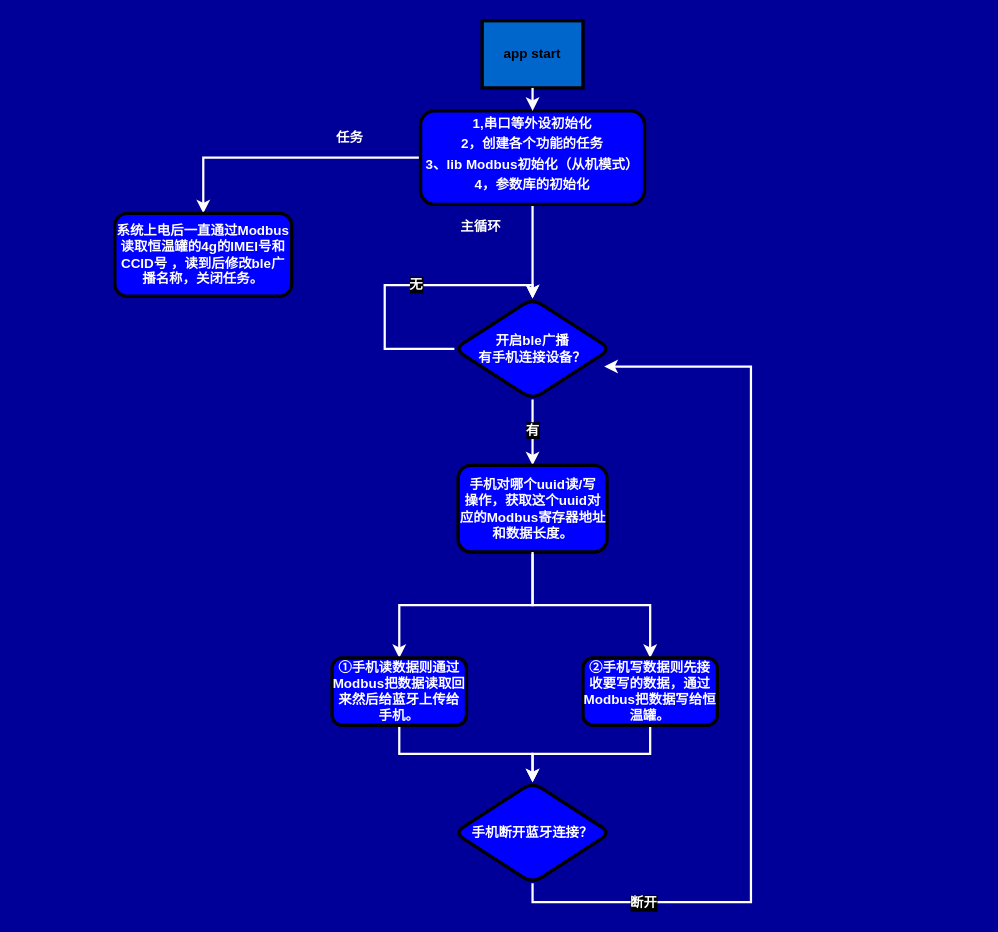
Earlier version of the draw.io diagram draw_io_for_work/RTU485BT02_transfer.drawio (doctor1cong/draw_flow_chart). Source tidied: cells renumbered, new cells numbered last; positions are measured from the earlier drawing's top-left corner, leaving out a move shared by most shapes. Both pictures are drawn from the tidied source at 112%, with x=0, y=0 at pixel (114, 20).
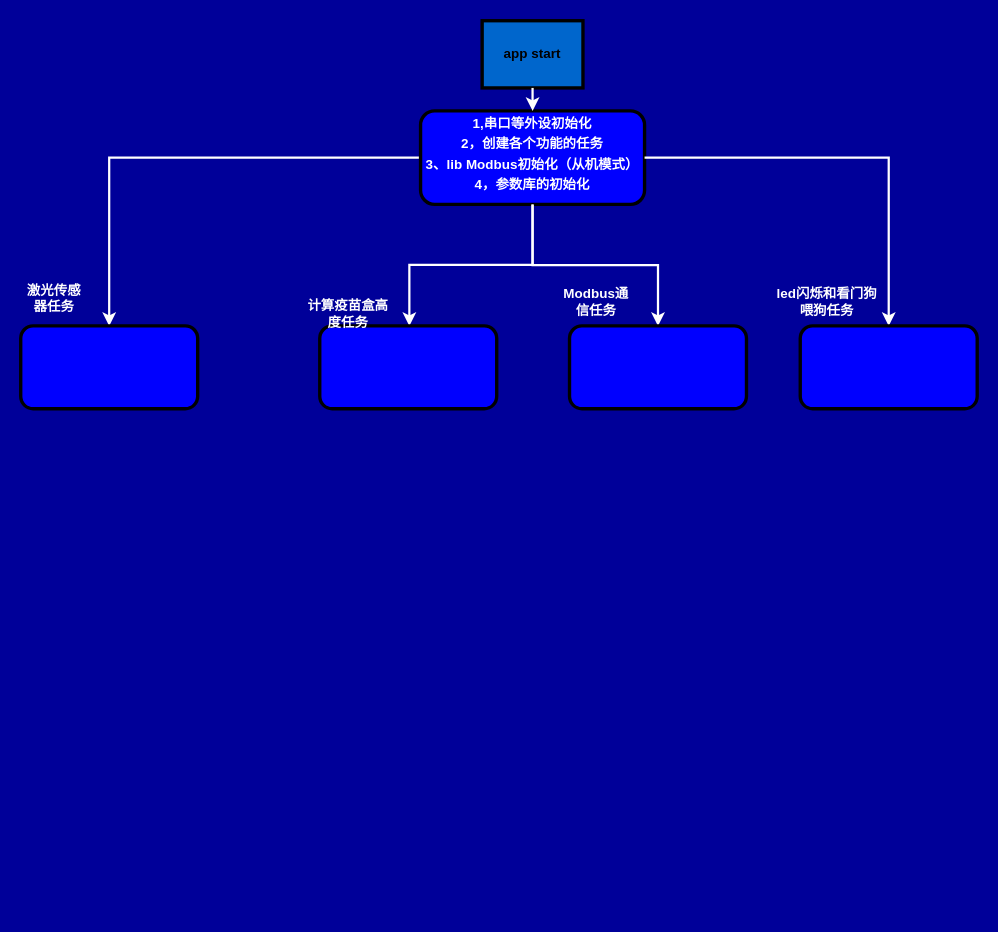
The same diagram, later.

The change refers to these unchanged cells:
```xml
<mxCell id="4" value="&lt;p style=&quot;margin: 4px 0px 0px; text-align: center;&quot;&gt;&lt;font color=&quot;#ffffff&quot;&gt;1,串口等外设初始化&lt;/font&gt;&lt;/p&gt;&lt;p style=&quot;margin: 4px 0px 0px; text-align: center;&quot;&gt;&lt;font color=&quot;#ffffff&quot;&gt;2，创建各个功能的任务&lt;/font&gt;&lt;/p&gt;&lt;p style=&quot;margin: 4px 0px 0px; text-align: center;&quot;&gt;&lt;font color=&quot;#ffffff&quot;&gt;3、lib Modbus初始化（从机模式&lt;/font&gt;&lt;span style=&quot;color: rgb(255, 255, 255); background-color: initial;&quot;&gt;）&lt;/span&gt;&lt;/p&gt;&lt;p style=&quot;margin: 4px 0px 0px; text-align: center;&quot;&gt;&lt;span style=&quot;color: rgb(255, 255, 255); background-color: initial;&quot;&gt;4，参数库的初始化&lt;/span&gt;&lt;/p&gt;&lt;p style=&quot;margin: 4px 0px 0px; text-align: center;&quot;&gt;&lt;span style=&quot;color: rgb(255, 255, 255); background-color: initial;&quot;&gt;&lt;br&gt;&lt;/span&gt;&lt;/p&gt;" style="verticalAlign=middle;align=center;overflow=fill;fontSize=12;fontFamily=Helvetica;html=1;rounded=1;fontStyle=1;strokeWidth=3;fillColor=#0000FF;" parent="1" vertex="1">
  <mxGeometry x="273" y="80.5" width="200" height="83.5" as="geometry" />
</mxCell>
```

Diff of the diagram source:
```diff
@@
-    <mxCell id="2" style="edgeStyle=orthogonalEdgeStyle;rounded=0;jettySize=auto;html=1;fontColor=#FFFFFF;strokeWidth=2;strokeColor=#FFFFFF;" parent="1" edge="1" source="4" target="11">
-      <mxGeometry relative="1" as="geometry" />
-    </mxCell>
@@
-    <mxCell id="7" style="edgeStyle=orthogonalEdgeStyle;shape=connector;rounded=0;orthogonalLoop=1;jettySize=auto;html=1;strokeColor=#FFFFFF;strokeWidth=2;align=center;verticalAlign=middle;fontFamily=Helvetica;fontSize=12;fontColor=#FFFFFF;fontStyle=1;labelBackgroundColor=default;endArrow=classic;exitX=0;exitY=0.5;exitDx=0;exitDy=0;" parent="1" edge="1" source="11" target="11">
-      <mxGeometry relative="1" as="geometry">
-        <Array as="points">
-          <mxPoint x="241" y="293" />
-          <mxPoint x="241" y="236" />
-          <mxPoint x="373" y="236" />
-        </Array>
-      </mxGeometry>
-    </mxCell>
-    <mxCell id="8" value="无" style="edgeLabel;html=1;align=center;verticalAlign=middle;rounded=1;strokeColor=default;strokeWidth=3;fontFamily=Helvetica;fontSize=12;fontColor=#FFFFFF;fontStyle=1;fillColor=#0000FF;labelBackgroundColor=#000000;" parent="7" vertex="1">
-      <mxGeometry x="0.12" y="1" relative="1" as="geometry" />
-    </mxCell>
-    <mxCell id="9" style="edgeStyle=orthogonalEdgeStyle;shape=connector;rounded=0;jettySize=auto;html=1;entryX=0.5;entryY=0;entryDx=0;entryDy=0;strokeColor=#FFFFFF;strokeWidth=2;align=center;verticalAlign=middle;fontFamily=Helvetica;fontSize=12;fontColor=#FFFFFF;fontStyle=1;labelBackgroundColor=default;endArrow=classic;" parent="1" edge="1" source="11" target="13">
-      <mxGeometry relative="1" as="geometry" />
-    </mxCell>
-    <mxCell id="10" value="有" style="edgeLabel;html=1;align=center;verticalAlign=middle;fontFamily=Helvetica;fontSize=12;fontColor=#FFFFFF;fontStyle=1;labelBackgroundColor=#000000;" parent="9" vertex="1">
-      <mxGeometry x="-0.08" y="-1" relative="1" as="geometry" />
-    </mxCell>
-    <mxCell id="11" value="&lt;span style=&quot;color: rgb(255, 255, 255);&quot;&gt;开启ble广播&lt;/span&gt;&lt;div&gt;&lt;font color=&quot;#ffffff&quot;&gt;有手机连接设备？&lt;/font&gt;&lt;/div&gt;" style="rhombus;whiteSpace=wrap;html=1;fillColor=#0000FF;rounded=1;fontStyle=1;strokeWidth=3;" parent="1" vertex="1">
-      <mxGeometry x="303.2" y="248" width="139.5" height="90.2" as="geometry" />
-    </mxCell>
-    <mxCell id="12" style="edgeStyle=orthogonalEdgeStyle;rounded=0;jettySize=auto;html=1;fontFamily=Helvetica;fontSize=12;fontColor=#FFFFFF;fontStyle=1;strokeColor=#FFFFFF;strokeWidth=2;" parent="1" edge="1" source="13" target="18">
-      <mxGeometry relative="1" as="geometry" />
-    </mxCell>
-    <mxCell id="13" value="&lt;font color=&quot;#ffffff&quot;&gt;手机对哪个uuid读/写&lt;/font&gt;&lt;div&gt;&lt;font color=&quot;#ffffff&quot;&gt;操作，获取这个uuid对应的Modbus寄存器地址和数据长度。&lt;/font&gt;&lt;/div&gt;" style="whiteSpace=wrap;html=1;fillColor=#0000FF;rounded=1;fontStyle=1;strokeWidth=3;" parent="1" vertex="1">
-      <mxGeometry x="306.5" y="397" width="133" height="77.4" as="geometry" />
-    </mxCell>
-    <mxCell id="14" value="系统上电后一直通过Modbus读取恒温罐的4g的IMEI号和CCID号 ，读到后修改ble广播名称，关闭任务。" style="whiteSpace=wrap;html=1;fillColor=#0000FF;rounded=1;fontStyle=1;strokeWidth=3;fontColor=#FFFFFF;" parent="1" vertex="1">
-      <mxGeometry y="172" width="158" height="74" as="geometry" />
+    <mxCell id="14" style="whiteSpace=wrap;html=1;fillColor=#0000FF;rounded=1;fontStyle=1;strokeWidth=3;fontColor=#FFFFFF;" parent="1" vertex="1">
+      <mxGeometry x="-84" y="272.5" width="158" height="74" as="geometry" />
     </mxCell>
-    <mxCell id="15" value="任务" style="text;strokeColor=none;align=center;fillColor=none;html=1;verticalAlign=middle;whiteSpace=wrap;rounded=0;fontFamily=Helvetica;fontSize=12;fontColor=#FFFFFF;fontStyle=1;" parent="1" vertex="1">
-      <mxGeometry x="180" y="90" width="60" height="30" as="geometry" />
+    <mxCell id="15" value="激光传感器任务" style="text;strokeColor=none;align=center;fillColor=none;html=1;verticalAlign=middle;whiteSpace=wrap;rounded=0;fontFamily=Helvetica;fontSize=12;fontColor=#FFFFFF;fontStyle=1;" parent="1" vertex="1">
+      <mxGeometry x="-84" y="233" width="60" height="30" as="geometry" />
     </mxCell>
-    <mxCell id="16" value="主循环" style="text;strokeColor=none;align=center;fillColor=none;html=1;verticalAlign=middle;whiteSpace=wrap;rounded=0;fontFamily=Helvetica;fontSize=12;fontColor=#FFFFFF;fontStyle=1;" parent="1" vertex="1">
-      <mxGeometry x="297" y="168" width="60" height="31" as="geometry" />
-    </mxCell>
-    <mxCell id="17" style="edgeStyle=orthogonalEdgeStyle;rounded=0;jettySize=auto;html=1;fontFamily=Helvetica;fontSize=12;fontColor=#FFFFFF;fontStyle=1;strokeWidth=2;strokeColor=#FFFFFF;" parent="1" edge="1" source="18" target="22">
-      <mxGeometry relative="1" as="geometry" />
-    </mxCell>
-    <mxCell id="18" value="①手机读数据则通过Modbus把数据读取回来然后给蓝牙上传给手机。" style="whiteSpace=wrap;html=1;fillColor=#0000FF;rounded=1;fontStyle=1;strokeWidth=3;fontColor=#FFFFFF;" parent="1" vertex="1">
-      <mxGeometry x="194" y="569" width="120" height="60" as="geometry" />
-    </mxCell>
-    <mxCell id="19" style="edgeStyle=orthogonalEdgeStyle;rounded=0;jettySize=auto;html=1;fontFamily=Helvetica;fontSize=12;fontColor=#FFFFFF;fontStyle=1;strokeColor=#FFFFFF;strokeWidth=2;" parent="1" edge="1" source="13" target="21">
-      <mxGeometry relative="1" as="geometry" />
-    </mxCell>
-    <mxCell id="20" style="edgeStyle=orthogonalEdgeStyle;rounded=0;jettySize=auto;html=1;fontFamily=Helvetica;fontSize=12;fontColor=#FFFFFF;fontStyle=1;strokeWidth=2;strokeColor=#FFFFFF;" parent="1" edge="1" source="21" target="22">
-      <mxGeometry relative="1" as="geometry" />
-    </mxCell>
-    <mxCell id="21" value="②手机写数据则先接收要写的数据，通过Modbus把数据写给恒温罐。" style="whiteSpace=wrap;html=1;fillColor=#0000FF;rounded=1;fontStyle=1;strokeWidth=3;fontColor=#FFFFFF;" parent="1" vertex="1">
-      <mxGeometry x="418" y="569" width="120" height="60" as="geometry" />
-    </mxCell>
-    <mxCell id="22" value="&lt;font color=&quot;#ffffff&quot;&gt;手机断开蓝牙连接？&lt;/font&gt;" style="rhombus;whiteSpace=wrap;html=1;fillColor=#0000FF;rounded=1;fontStyle=1;strokeWidth=3;" parent="1" vertex="1">
-      <mxGeometry x="303.2" y="680" width="139.5" height="90.2" as="geometry" />
-    </mxCell>
-    <mxCell id="23" style="edgeStyle=orthogonalEdgeStyle;rounded=0;jettySize=auto;html=1;entryX=0.959;entryY=0.674;entryDx=0;entryDy=0;entryPerimeter=0;fontFamily=Helvetica;fontSize=12;fontColor=#FFFFFF;fontStyle=1;strokeWidth=2;strokeColor=#FFFFFF;" parent="1" edge="1" source="22" target="11">
-      <mxGeometry relative="1" as="geometry">
-        <Array as="points">
-          <mxPoint x="373" y="787" />
-          <mxPoint x="568" y="787" />
-          <mxPoint x="568" y="309" />
-        </Array>
-      </mxGeometry>
-    </mxCell>
-    <mxCell id="24" value="断开" style="edgeLabel;html=1;align=center;verticalAlign=middle;rounded=1;strokeColor=default;strokeWidth=3;fontFamily=Helvetica;fontSize=12;fontColor=#FFFFFF;fontStyle=1;fillColor=#0000FF;labelBackgroundColor=#000000;" parent="23" vertex="1">
-      <mxGeometry x="-0.72" relative="1" as="geometry" />
-    </mxCell>
+    <mxCell id="25" style="edgeStyle=orthogonalEdgeStyle;rounded=0;jettySize=auto;html=1;strokeColor=#FFFFFF;strokeWidth=2;" parent="1" edge="1" source="4" target="26">
+      <mxGeometry relative="1" as="geometry">
+        <Array as="points">
+          <mxPoint x="373" y="218" />
+          <mxPoint x="263" y="218" />
+        </Array>
+      </mxGeometry>
+    </mxCell>
+    <mxCell id="26" style="whiteSpace=wrap;html=1;fillColor=#0000FF;rounded=1;fontStyle=1;strokeWidth=3;fontColor=#FFFFFF;" parent="1" vertex="1">
+      <mxGeometry x="183" y="272.5" width="158" height="74" as="geometry" />
+    </mxCell>
+    <mxCell id="27" value="计算疫苗盒高度任务" style="text;strokeColor=none;align=center;fillColor=none;html=1;verticalAlign=middle;whiteSpace=wrap;rounded=0;fontFamily=Helvetica;fontSize=12;fontColor=#FFFFFF;fontStyle=1;" parent="1" vertex="1">
+      <mxGeometry x="170" y="247" width="77" height="30" as="geometry" />
+    </mxCell>
+    <mxCell id="28" style="edgeStyle=orthogonalEdgeStyle;rounded=0;jettySize=auto;html=1;strokeColor=#FFFFFF;strokeWidth=2;" parent="1" edge="1" source="4" target="29">
+      <mxGeometry relative="1" as="geometry" />
+    </mxCell>
+    <mxCell id="29" style="whiteSpace=wrap;html=1;fillColor=#0000FF;rounded=1;fontStyle=1;strokeWidth=3;fontColor=#FFFFFF;" parent="1" vertex="1">
+      <mxGeometry x="406" y="272.5" width="158" height="74" as="geometry" />
+    </mxCell>
+    <mxCell id="30" value="Modbus通信任务" style="text;strokeColor=none;align=center;fillColor=none;html=1;verticalAlign=middle;whiteSpace=wrap;rounded=0;fontFamily=Helvetica;fontSize=12;fontColor=#FFFFFF;fontStyle=1;" parent="1" vertex="1">
+      <mxGeometry x="400" y="236" width="60" height="30" as="geometry" />
+    </mxCell>
+    <mxCell id="31" style="edgeStyle=orthogonalEdgeStyle;rounded=0;jettySize=auto;html=1;strokeColor=#FFFFFF;strokeWidth=2;" parent="1" edge="1" source="4" target="32">
+      <mxGeometry relative="1" as="geometry" />
+    </mxCell>
+    <mxCell id="32" style="whiteSpace=wrap;html=1;fillColor=#0000FF;rounded=1;fontStyle=1;strokeWidth=3;fontColor=#FFFFFF;" parent="1" vertex="1">
+      <mxGeometry x="612" y="272.5" width="158" height="74" as="geometry" />
+    </mxCell>
+    <mxCell id="33" value="led闪烁和看门狗喂狗任务" style="text;strokeColor=none;align=center;fillColor=none;html=1;verticalAlign=middle;whiteSpace=wrap;rounded=0;fontFamily=Helvetica;fontSize=12;fontColor=#FFFFFF;fontStyle=1;" parent="1" vertex="1">
+      <mxGeometry x="588" y="236" width="96" height="30" as="geometry" />
+    </mxCell>
```
